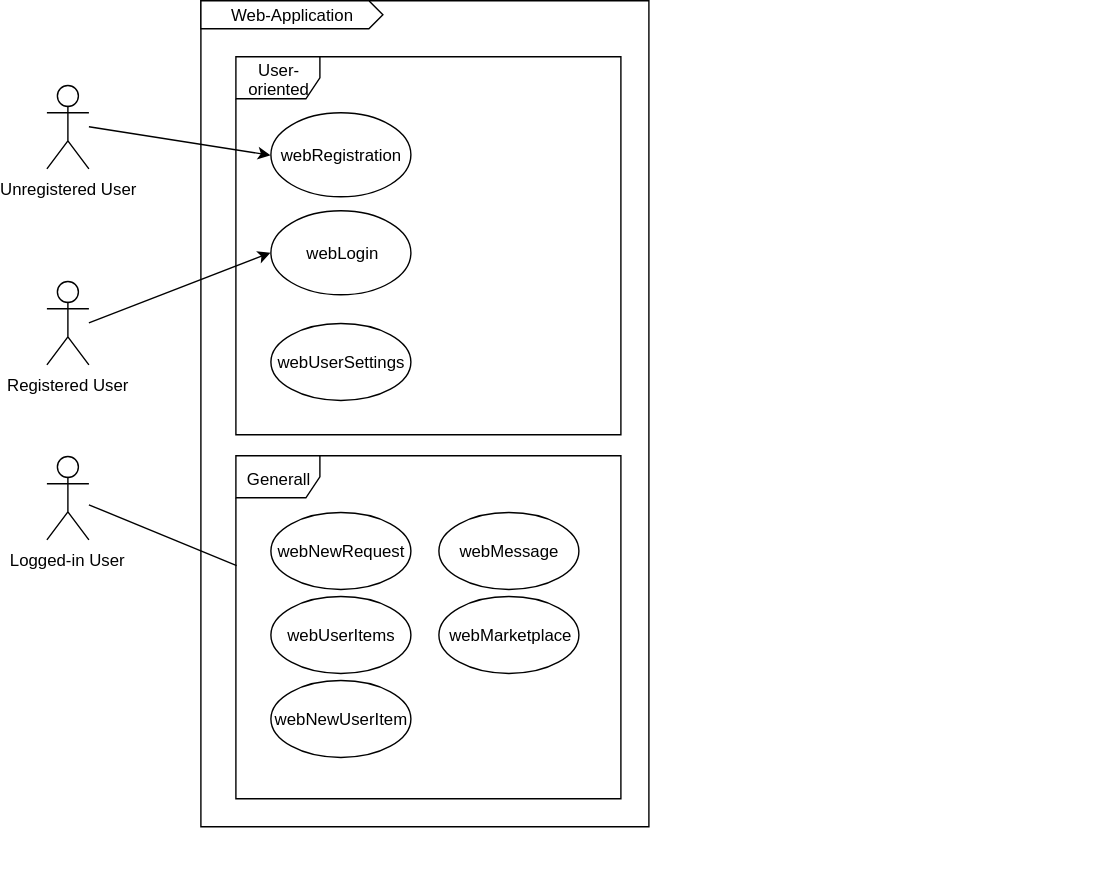
The draw.io diagram recources/UCD-KeepThings.svg in KeepThings/KeepThingsWeb, before a commit. Source tidied: cells renumbered, new cells last; positions are measured from the earlier drawing's top-left corner, leaving out a move shared by most shapes. Source of this version:
```xml
<mxGraphModel>
  <root>
    <mxCell id="0" />
    <mxCell id="1" parent="0" />
    <mxCell id="2" style="group;" parent="1" vertex="1">
      <mxGeometry x="110" width="650" height="630" as="geometry" />
    </mxCell>
    <mxCell id="3" style="verticalLabelPosition=bottom;verticalAlign=top;html=1;shape=mxgraph.basic.rect;fillColor=#ffffff;fillColor2=none;strokeColor=#000000;strokeWidth=1;size=20;indent=5;" parent="2" vertex="1">
      <mxGeometry width="320" height="590" as="geometry" />
    </mxCell>
    <mxCell id="4" value="Web-Application" style="html=1;shadow=0;dashed=0;align=center;verticalAlign=middle;shape=mxgraph.arrows2.arrow;dy=0;dx=10;notch=0;" parent="2" vertex="1">
      <mxGeometry width="130" height="20" as="geometry" />
    </mxCell>
    <mxCell id="5" value="User-oriented" style="shape=umlFrame;whiteSpace=wrap;html=1;width=60;height=30;" parent="2" vertex="1">
      <mxGeometry x="25" y="40" width="275" height="270" as="geometry" />
    </mxCell>
    <mxCell id="6" value="webRegistration" style="ellipse;whiteSpace=wrap;html=1;" parent="2" vertex="1">
      <mxGeometry x="50" y="80" width="100" height="60" as="geometry" />
    </mxCell>
    <mxCell id="7" value="webLogin" style="ellipse;whiteSpace=wrap;html=1;" parent="2" vertex="1">
      <mxGeometry x="50" y="150" width="100" height="60" as="geometry" />
    </mxCell>
    <mxCell id="8" value="webMarketplace" style="ellipse;whiteSpace=wrap;html=1;" parent="2" vertex="1">
      <mxGeometry x="170" y="425" width="100" height="55" as="geometry" />
    </mxCell>
    <mxCell id="9" value="webNewUserItem" style="ellipse;whiteSpace=wrap;html=1;" parent="2" vertex="1">
      <mxGeometry x="50" y="485" width="100" height="55" as="geometry" />
    </mxCell>
    <mxCell id="10" value="webUserSettings" style="ellipse;whiteSpace=wrap;html=1;" parent="2" vertex="1">
      <mxGeometry x="50" y="230" width="100" height="55" as="geometry" />
    </mxCell>
    <mxCell id="11" value="Generall&lt;br&gt;" style="shape=umlFrame;whiteSpace=wrap;html=1;" parent="1" vertex="1">
      <mxGeometry x="135" y="325" width="275" height="245" as="geometry" />
    </mxCell>
    <mxCell id="12" value="Unregistered User" style="shape=umlActor;verticalLabelPosition=bottom;labelBackgroundColor=#ffffff;verticalAlign=top;html=1;" parent="1" vertex="1">
      <mxGeometry y="60" width="30" height="60" as="geometry" />
    </mxCell>
    <mxCell id="13" value="Registered User" style="shape=umlActor;verticalLabelPosition=bottom;labelBackgroundColor=#ffffff;verticalAlign=top;html=1;" parent="1" vertex="1">
      <mxGeometry y="200" width="30" height="60" as="geometry" />
    </mxCell>
    <mxCell id="14" value="Logged-in User" style="shape=umlActor;verticalLabelPosition=bottom;labelBackgroundColor=#ffffff;verticalAlign=top;html=1;" parent="1" vertex="1">
      <mxGeometry y="325" width="30" height="60" as="geometry" />
    </mxCell>
    <mxCell id="15" value="webMessage" style="ellipse;whiteSpace=wrap;html=1;" parent="1" vertex="1">
      <mxGeometry x="280" y="365" width="100" height="55" as="geometry" />
    </mxCell>
    <mxCell id="16" value="webNewRequest" style="ellipse;whiteSpace=wrap;html=1;" parent="1" vertex="1">
      <mxGeometry x="160" y="365" width="100" height="55" as="geometry" />
    </mxCell>
    <mxCell id="17" value="webUserItems" style="ellipse;whiteSpace=wrap;html=1;" parent="1" vertex="1">
      <mxGeometry x="160" y="425" width="100" height="55" as="geometry" />
    </mxCell>
    <mxCell id="18" style="endArrow=classic;html=1;entryX=0;entryY=0.5;entryDx=0;entryDy=0;" parent="1" edge="1" target="6">
      <mxGeometry relative="1" as="geometry">
        <mxPoint x="30" y="90" as="sourcePoint" />
      </mxGeometry>
    </mxCell>
    <mxCell id="19" style="endArrow=classic;html=1;entryX=0;entryY=0.5;entryDx=0;entryDy=0;" parent="1" edge="1" target="7">
      <mxGeometry relative="1" as="geometry">
        <mxPoint x="30" y="230" as="sourcePoint" />
      </mxGeometry>
    </mxCell>
    <mxCell id="20" style="endArrow=none;html=1;entryX=0.002;entryY=0.32;entryDx=0;entryDy=0;entryPerimeter=0;endFill=0;" parent="1" edge="1" target="11">
      <mxGeometry relative="1" as="geometry">
        <mxPoint x="30" y="360" as="sourcePoint" />
      </mxGeometry>
    </mxCell>
  </root>
</mxGraphModel>
```
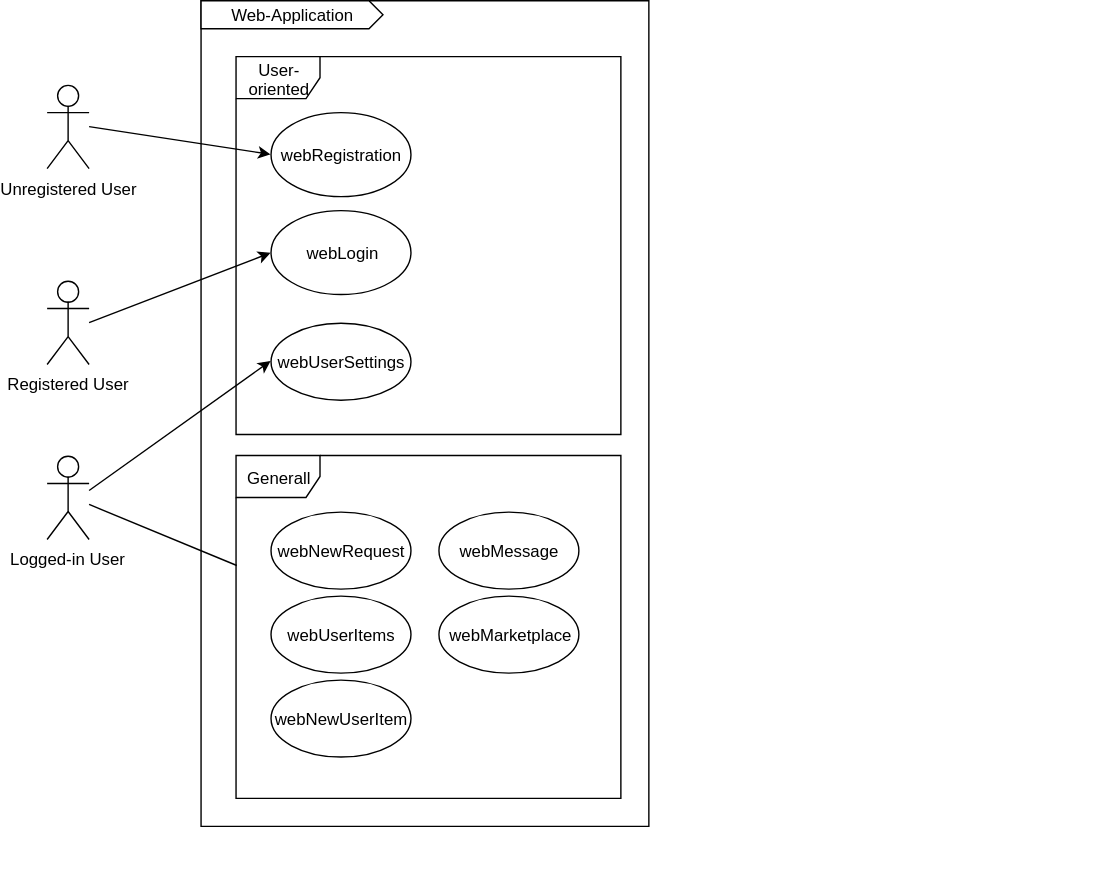
Later version of the same file.

Change to the diagram source:
```diff
@@ -65,5 +65,10 @@
         <mxPoint x="30" y="360" as="sourcePoint" />
       </mxGeometry>
     </mxCell>
+    <mxCell id="21" style="endArrow=classic;html=1;entryX=0;entryY=0.5;entryDx=0;entryDy=0;" parent="1" edge="1" target="10">
+      <mxGeometry relative="1" as="geometry">
+        <mxPoint x="30" y="350" as="sourcePoint" />
+      </mxGeometry>
+    </mxCell>
   </root>
 </mxGraphModel>
```
